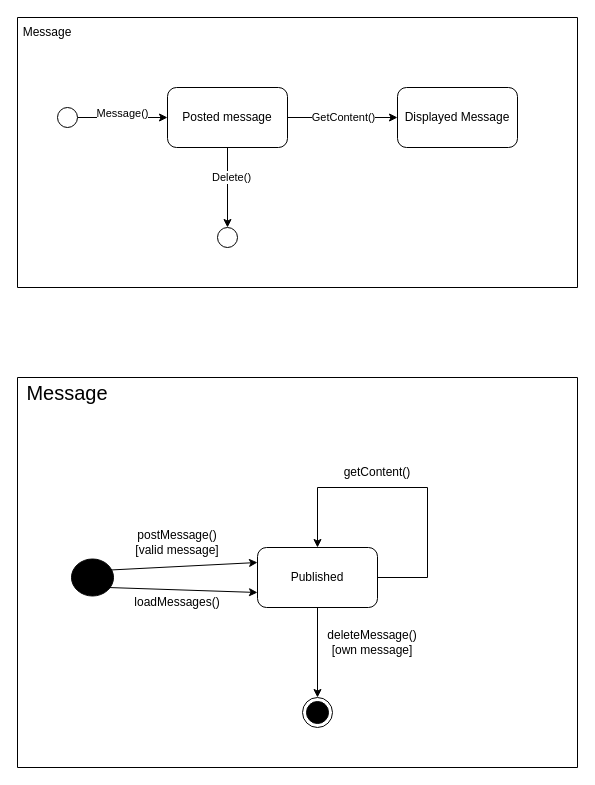
The draw.io diagram diagrams/state_diagram.drawio in SaraMalmstedt/Chatterbox_Group3, before the edit. Source tidied: cells renumbered, new cells numbered last; positions are measured from the earlier drawing's top-left corner, leaving out a move shared by most shapes. Both pictures are drawn from the tidied source at 100%, with x=0, y=0 at pixel (17, 17).
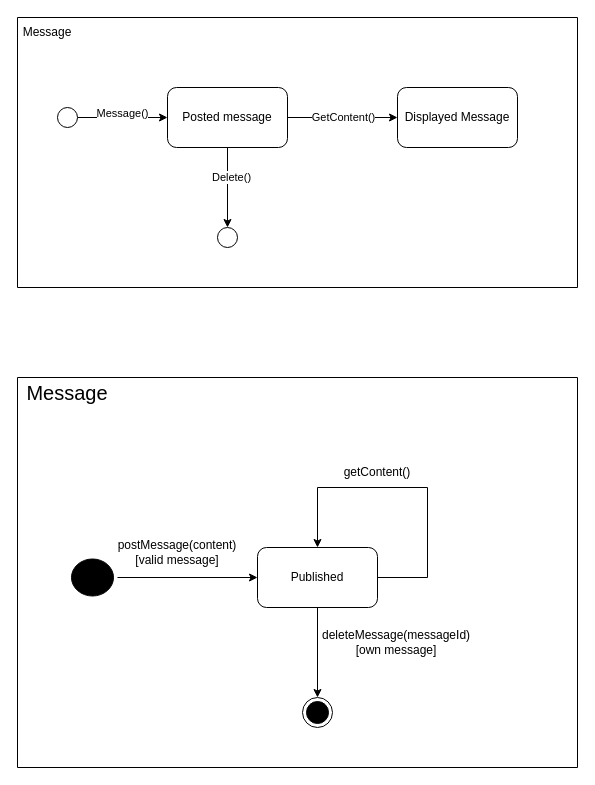
Above is the later version.

Unchanged cells that the change refers to:
```xml
<mxCell id="14" value="Published" style="rounded=1;whiteSpace=wrap;html=1;roundedPerimeter=1;" parent="1" vertex="1">
  <mxGeometry x="240" y="530" width="120" height="60" as="geometry" />
</mxCell>
<mxCell id="22" style="ellipse;html=1;shape=startState;fillColor=#000000;strokeColor=#000000;" parent="1" vertex="1">
  <mxGeometry x="50" y="537.5" width="50" height="45" as="geometry" />
</mxCell>
<mxCell id="26" style="swimlane;startSize=0;" parent="1" vertex="1">
  <mxGeometry y="360" width="560" height="390" as="geometry" />
</mxCell>
```

What changed in the source:
```diff
@@
-    <mxCell id="15" value="postMessage() [valid message]" style="text;html=1;whiteSpace=wrap;strokeColor=none;fillColor=none;align=center;verticalAlign=middle;rounded=0;" parent="1" vertex="1">
-      <mxGeometry x="110" y="510" width="100" height="30" as="geometry" />
-    </mxCell>
@@
-    <mxCell id="20" value="deleteMessage()[own message]" style="text;html=1;whiteSpace=wrap;strokeColor=none;fillColor=none;align=center;verticalAlign=middle;rounded=0;" parent="1" vertex="1">
-      <mxGeometry x="310" y="610" width="90" height="30" as="geometry" />
-    </mxCell>
-    <mxCell id="21" value="loadMessages()" style="text;html=1;whiteSpace=wrap;strokeColor=none;fillColor=none;align=center;verticalAlign=middle;rounded=0;" parent="1" vertex="1">
-      <mxGeometry x="110" y="570" width="100" height="30" as="geometry" />
-    </mxCell>
@@
-    <mxCell id="23" style="endArrow=classic;html=1;rounded=0;defaultLabelBackgroundColor=gap;exitX=0.8;exitY=0.722;exitDx=0;exitDy=0;exitPerimeter=0;entryX=0;entryY=0.75;entryDx=0;entryDy=0;" parent="1" edge="1" source="22" target="14">
-      <mxGeometry relative="1" as="geometry" />
-    </mxCell>
-    <mxCell id="24" style="endArrow=classic;html=1;rounded=0;defaultLabelBackgroundColor=gap;exitX=0.86;exitY=0.333;exitDx=0;exitDy=0;exitPerimeter=0;entryX=0;entryY=0.25;entryDx=0;entryDy=0;" parent="1" edge="1" source="22" target="14">
+    <mxCell id="24" style="endArrow=classic;html=1;rounded=0;defaultLabelBackgroundColor=gap;exitX=1;exitY=0.5;exitDx=0;exitDy=0;entryX=0;entryY=0.5;entryDx=0;entryDy=0;" parent="1" edge="1" source="22" target="14">
       <mxGeometry x="-0.13" relative="1" as="geometry" />
     </mxCell>
-    <mxCell id="25" style="edgeStyle=orthogonalEdgeStyle;rounded=0;orthogonalLoop=1;jettySize=auto;html=1;innerLoopWaypoints=1;exitX=0.5;exitY=1;exitDx=0;exitDy=0;defaultLabelBackgroundColor=gap;" parent="1" edge="1" source="21" target="21">
-      <mxGeometry relative="1" as="geometry" />
+    <mxCell id="25" style="edgeStyle=orthogonalEdgeStyle;rounded=0;orthogonalLoop=1;jettySize=auto;html=1;innerLoopWaypoints=1;exitX=0.5;exitY=1;exitDx=0;exitDy=0;defaultLabelBackgroundColor=gap;" parent="1" edge="1">
+      <mxGeometry relative="1" as="geometry">
+        <mxPoint x="160" y="600" as="sourcePoint" />
+        <mxPoint x="160" y="600" as="targetPoint" />
+      </mxGeometry>
     </mxCell>
@@
+    <mxCell id="20" value="deleteMessage(messageId)[own message]" style="text;html=1;whiteSpace=wrap;strokeColor=none;fillColor=none;align=center;verticalAlign=middle;rounded=0;" parent="26" vertex="1">
+      <mxGeometry x="334" y="250" width="90" height="30" as="geometry" />
+    </mxCell>
+    <mxCell id="15" value="postMessage(content) [valid message]" style="text;html=1;whiteSpace=wrap;strokeColor=none;fillColor=none;align=center;verticalAlign=middle;rounded=0;" parent="26" vertex="1">
+      <mxGeometry x="110" y="160" width="100" height="30" as="geometry" />
+    </mxCell>
```
